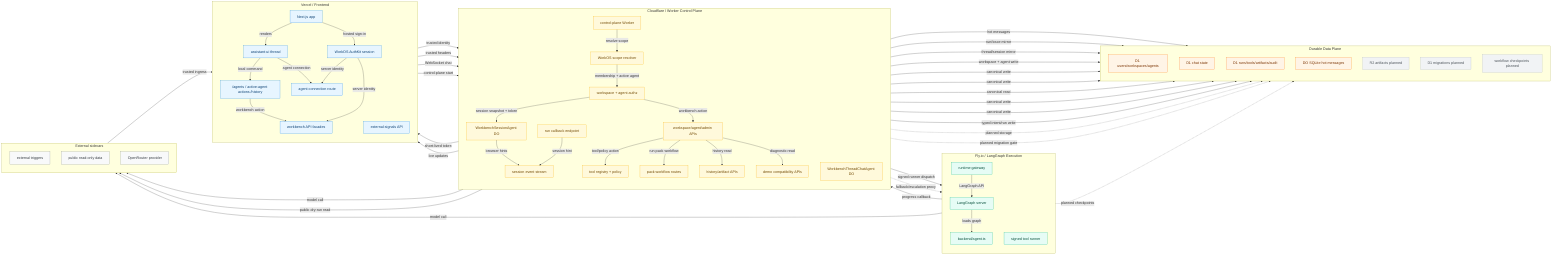
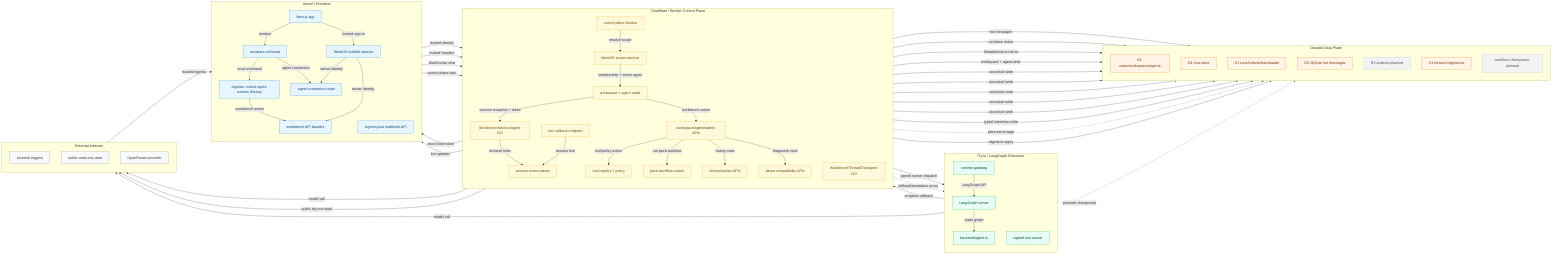
flowchart LR
  %% Assistant-mk1 current hosted implementation topology.
  %% Four-pillar source for paste-into-Excalidraw rendering.

  classDef vercel fill:#e7f5ff,stroke:#228be6,color:#0b4073
  classDef cloudflare fill:#fff9db,stroke:#fab005,color:#704800
  classDef fly fill:#e6fcf5,stroke:#12b886,color:#064f3a
  classDef data fill:#fff4e6,stroke:#fd7e14,color:#7a3300
  classDef sidecar fill:#f8f9fa,stroke:#868e96,color:#343a40
  classDef planned fill:#f1f3f5,stroke:#adb5bd,color:#495057

  subgraph sg_vercel["Vercel / Frontend"]
    direction TB
    nextApp["Next.js app"]
    authKit["WorkOS AuthKit session"]
    assistantUi["assistant-ui thread"]
    slashSurfaces["/agents / active-agent actions /history"]
    agentConnection["agent connection route"]
-     signalApi["external-signals API"]
+     signalApi["signed pack webhook API"]
    workbenchApi["workbench API facades"]
  end

  subgraph sg_cf["Cloudflare / Worker Control Plane"]
    direction TB
    worker["control-plane Worker"]
    scopeResolver["WorkOS scope resolver"]
    authz["workspace + agent authz"]
    sessionAgent["WorkbenchSessionAgent DO"]
    threadAgent["WorkbenchThreadChatAgent DO"]
    workbenchControl["workspace/agent/admin APIs"]
    packWorkflows["pack workflow routes"]
    toolPolicy["tool registry + policy"]
    historyApi["history/artifact APIs"]
    sessionEvents["session event stream"]
    callback["run callback endpoint"]
    demoRuns["demo compatibility APIs"]
  end

  subgraph sg_fly["Fly.io / LangGraph Execution"]
    direction TB
    gateway["runtime gateway"]
    langgraph["LangGraph server"]
    agentGraph["backend/agent.ts"]
    runner["signed tool runner"]
  end

  subgraph sg_data["Durable Data Plane"]
    direction TB
    d1Identity["D1 users/workspaces/agents"]
    d1Chat["D1 chat state"]
    d1Control["D1 runs/tools/artifacts/audit"]
    durableObject["DO SQLite hot messages"]
    r2["R2 artifacts planned"]
-     migrations["D1 migrations planned"]
+     migrations["D1 forward migrations"]
    workflowState["workflow checkpoints planned"]
  end

  subgraph sg_sidecar["External sidecars"]
    direction TB
    externalTriggers["external triggers"]
    readonlySources["public read-only data"]
    openrouter["OpenRouter provider"]
  end

  nextApp -- "renders" --> assistantUi
  nextApp -- "hosted sign-in" --> authKit
  assistantUi -- "local command" --> slashSurfaces
  slashSurfaces -- "workbench action" --> workbenchApi
  assistantUi -- "agent connection" --> agentConnection
  authKit -- "server identity" --> agentConnection
  authKit -- "server identity" --> workbenchApi
  agentConnection -- "trusted identity" --> worker
  workbenchApi -- "trusted headers" --> worker
  worker -- "resolve scope" --> scopeResolver
  scopeResolver -- "membership + active agent" --> authz
  authz -- "session snapshot + token" --> sessionAgent
  authz -- "workbench action" --> workbenchControl
  sessionAgent -- "short-lived token" --> agentConnection
  assistantUi -- "WebSocket chat" --> threadAgent
  threadAgent -- "model call" --> openrouter
  threadAgent -- "hot messages" --> durableObject
  threadAgent -- "run/trace mirror" --> d1Control
  sessionAgent -- "thread/session mirror" --> d1Chat
  sessionAgent -- "browser hints" --> sessionEvents
  sessionEvents -- "live updates" --> assistantUi

  workbenchControl -- "workspace + agent write" --> d1Identity
  workbenchControl -- "tool/policy action" --> toolPolicy
  workbenchControl -- "run pack workflow" --> packWorkflows
  workbenchControl -- "history read" --> historyApi
  packWorkflows -- "public dry-run read" --> readonlySources
  packWorkflows -- "canonical write" --> d1Control
  toolPolicy -- "canonical write" --> d1Control
  historyApi -- "canonical read" --> d1Control
  toolPolicy -- "signed runner dispatch" --> runner
  runner -- "progress callback" --> callback
  callback -- "canonical write" --> d1Control
  callback -- "session hint" --> sessionEvents
  workbenchControl -- "diagnostic read" --> demoRuns
  demoRuns -- "canonical write" --> d1Control

  externalTriggers -- "trusted ingress" --> signalApi
  signalApi -- "control-plane start" --> worker
  worker -- "typed intent/run write" --> d1Control
  worker -. "fallback/escalation proxy" .-> gateway
  gateway -- "LangGraph API" --> langgraph
  langgraph -- "loads graph" --> agentGraph
  agentGraph -- "model call" --> openrouter

  worker -. "planned storage" .-> r2
-   worker -. "planned migration gate" .-> migrations
+   worker -- "migration apply" --> migrations
  langgraph -. "planned checkpoints" .-> workflowState

  class nextApp,authKit,assistantUi,slashSurfaces,agentConnection,signalApi,workbenchApi vercel
  class worker,scopeResolver,authz,sessionAgent,threadAgent,workbenchControl,packWorkflows,toolPolicy,historyApi,sessionEvents,callback,demoRuns cloudflare
  class gateway,langgraph,agentGraph,runner fly
-   class d1Identity,d1Chat,d1Control,durableObject data
-   class r2,migrations,workflowState planned
+   class d1Identity,d1Chat,d1Control,durableObject,migrations data
+   class r2,workflowState planned
  class externalTriggers,readonlySources,openrouter sidecar
